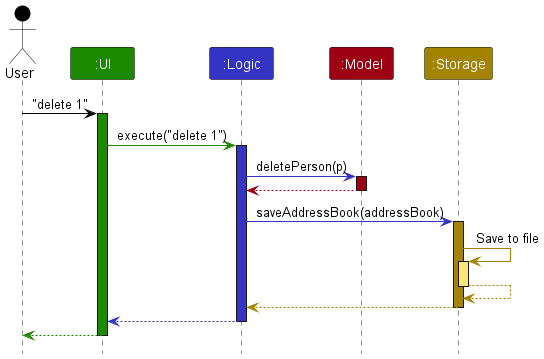
This is docs/images/ArchitectureSequenceDiagram.png from nus-cs2103-AY2223S2/tp, a PlantUML export, as it was before one commit.
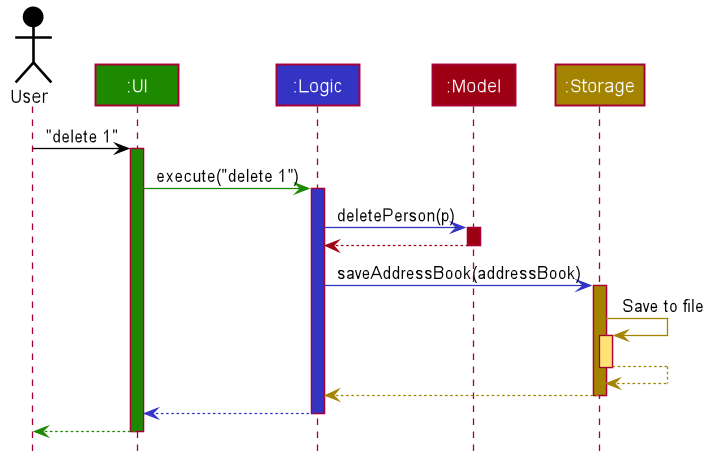
Later version of the same file.

Diff of the diagram source:
```diff
@@ -1,39 +1,85 @@
 @startuml
-!include style.puml
-
-Actor User as user USER_COLOR
-Participant ":UI" as ui UI_COLOR
-Participant ":Logic" as logic LOGIC_COLOR
-Participant ":Model" as model MODEL_COLOR
-Participant ":Storage" as storage STORAGE_COLOR
-
-user -[USER_COLOR]> ui : "delete 1"
-activate ui UI_COLOR
-
-ui -[UI_COLOR]> logic : execute("delete 1")
-activate logic LOGIC_COLOR
 
 
-logic -[LOGIC_COLOR]> model : deletePerson(p)
-activate model MODEL_COLOR
 
-model -[MODEL_COLOR]-> logic
+
+
+
+
+
+skinparam BackgroundColor #FFFFFFF
+
+skinparam Shadowing false
+
+skinparam Class {
+    FontColor #FFFFFF
+    BorderThickness 1
+    BorderColor #FFFFFF
+    StereotypeFontColor #FFFFFF
+    FontName Arial
+}
+
+skinparam Actor {
+    BorderColor #000000
+    Color #000000
+    FontName Arial
+}
+
+skinparam Sequence {
+    MessageAlign center
+    BoxFontSize 15
+    BoxPadding 0
+    BoxFontColor #FFFFFF
+    FontName Arial
+}
+
+skinparam Participant {
+    FontColor #FFFFFFF
+    Padding 20
+}
+
+skinparam MinClassWidth 50
+skinparam ParticipantPadding 10
+skinparam Shadowing false
+skinparam DefaultTextAlignment center
+skinparam packageStyle Rectangle
+
+hide footbox
+hide members
+hide circle
+
+Actor User as user #000000
+Participant ":UI" as ui #1D8900
+Participant ":Logic" as logic #3333C4
+Participant ":Model" as model #9D0012
+Participant ":Storage" as storage #A38300
+
+user -[#000000]> ui : "delete 1"
+activate ui #1D8900
+
+ui -[#1D8900]> logic : execute("delete 1")
+activate logic #3333C4
+
+logic -[#3333C4]> model : deletePerson(p)
+activate model #9D0012
+
+model -[#9D0012]-> logic
 deactivate model
 
-logic -[LOGIC_COLOR]> storage : saveAddressBook(addressBook)
-activate storage STORAGE_COLOR
+logic -[#3333C4]> storage : saveAddressBook(addressBook)
+activate storage #A38300
 
-storage -[STORAGE_COLOR]> storage : Save to file
-activate storage STORAGE_COLOR_T1
-storage --[STORAGE_COLOR]> storage
+storage -[#A38300]> storage : Save to file
+activate storage #FFE374
+storage --[#A38300]> storage
 deactivate storage
 
-storage --[STORAGE_COLOR]> logic
+storage --[#A38300]> logic
 deactivate storage
 
-logic --[LOGIC_COLOR]> ui
+logic --[#3333C4]> ui
 deactivate logic
 
-ui--[UI_COLOR]> user
+ui--[#1D8900]> user
 deactivate ui
 @enduml
```
